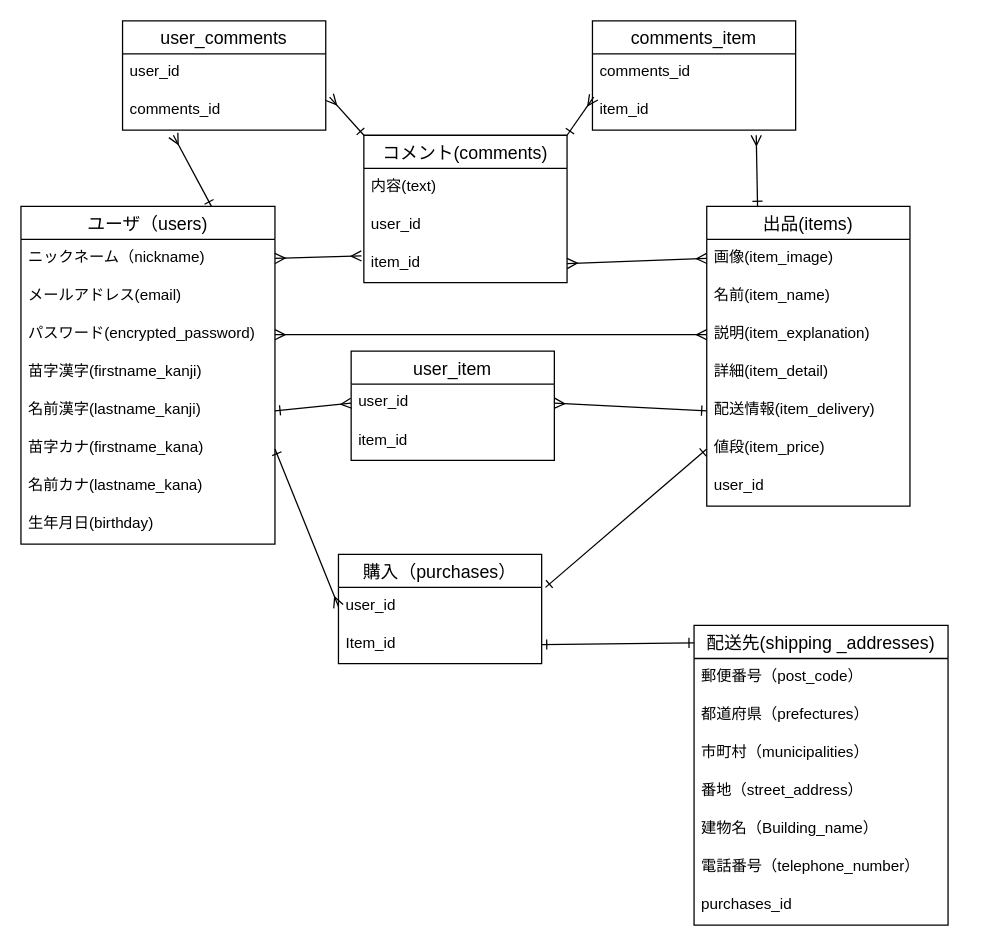
Above: ER.dio in masaki-yosida/furima-40042 (draw.io), before the change. Source tidied: cells renumbered, new cells numbered last; positions are measured from the earlier drawing's top-left corner, leaving out a move shared by most shapes. Both pictures are drawn from the tidied source at 127%, with x=0, y=0 at pixel (20, 20).
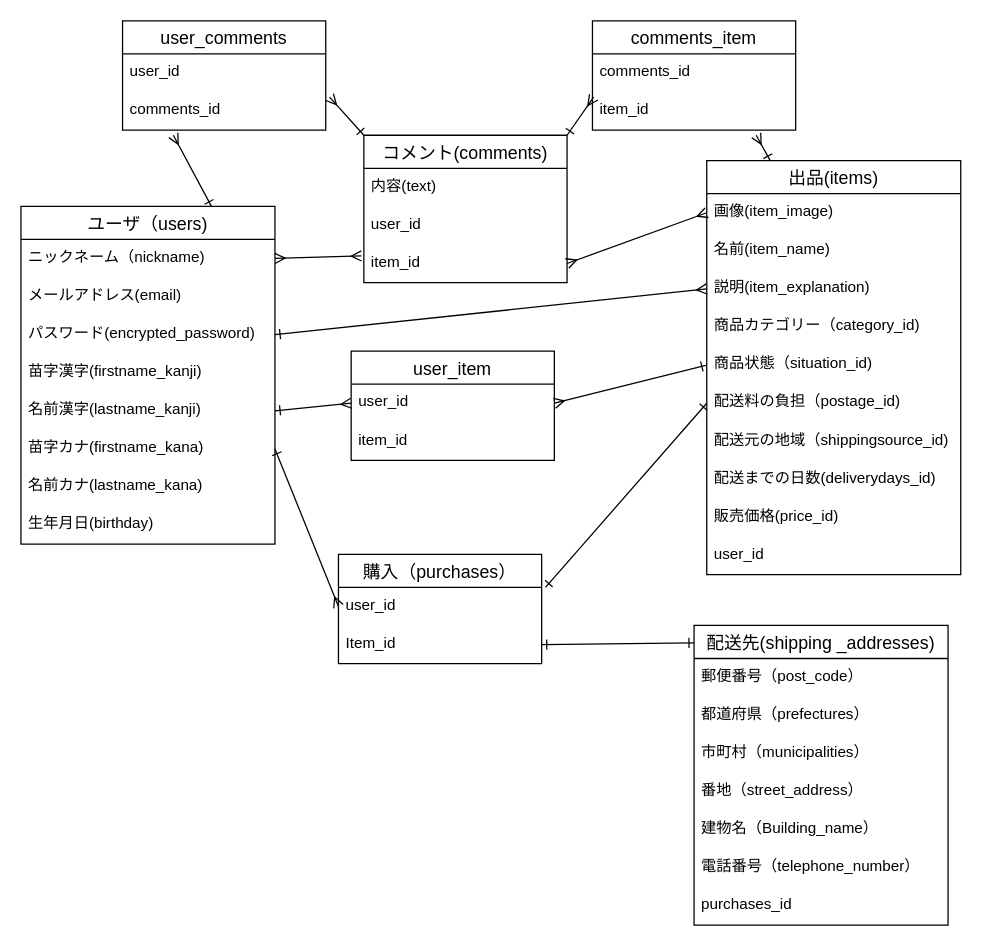
Above is the later version.

Unchanged cells that the change refers to:
```xml
<mxCell id="6" value="パスワード(encrypted_password)" style="text;strokeColor=none;fillColor=none;spacingLeft=4;spacingRight=4;overflow=hidden;points=[[0,0.5],[1,0.5]];portConstraint=eastwest;fontSize=12;" parent="3" vertex="1">
  <mxGeometry y="86" width="200" height="30" as="geometry" />
</mxCell>
```

The edit, as a diff of the source:
```diff
@@
     <mxCell id="19" value="出品(items)" style="swimlane;fontStyle=0;horizontal=1;startSize=26;align=center;fontSize=14;" parent="1" vertex="1">
-      <mxGeometry x="540" y="146" width="160" height="236" as="geometry" />
+      <mxGeometry x="540" y="110" width="200" height="326" as="geometry" />
     </mxCell>
     <mxCell id="20" value="画像(item_image)&#10;" style="text;strokeColor=none;fillColor=none;spacingLeft=4;spacingRight=4;overflow=hidden;points=[[0,0.5],[1,0.5]];portConstraint=eastwest;fontSize=12;" parent="19" vertex="1">
-      <mxGeometry y="26" width="160" height="30" as="geometry" />
+      <mxGeometry y="26" width="200" height="30" as="geometry" />
     </mxCell>
     <mxCell id="21" value="名前(item_name)&#10;" style="text;strokeColor=none;fillColor=none;spacingLeft=4;spacingRight=4;overflow=hidden;fontSize=12;" parent="19" vertex="1">
-      <mxGeometry y="56" width="160" height="30" as="geometry" />
+      <mxGeometry y="56" width="200" height="30" as="geometry" />
     </mxCell>
     <mxCell id="22" value="説明(item_explanation)" style="text;strokeColor=none;fillColor=none;spacingLeft=4;spacingRight=4;overflow=hidden;points=[[0,0.5],[1,0.5]];portConstraint=eastwest;fontSize=12;" parent="19" vertex="1">
-      <mxGeometry y="86" width="160" height="30" as="geometry" />
+      <mxGeometry y="86" width="200" height="30" as="geometry" />
     </mxCell>
-    <mxCell id="23" value="詳細(item_detail)" style="text;strokeColor=none;fillColor=none;spacingLeft=4;spacingRight=4;overflow=hidden;fontSize=12;" parent="19" vertex="1">
-      <mxGeometry y="116" width="160" height="30" as="geometry" />
+    <mxCell id="23" value="商品カテゴリー（category_id)" style="text;strokeColor=none;fillColor=none;spacingLeft=4;spacingRight=4;overflow=hidden;fontSize=12;" parent="19" vertex="1">
+      <mxGeometry y="116" width="200" height="30" as="geometry" />
     </mxCell>
-    <mxCell id="24" value="配送情報(item_delivery)" style="text;strokeColor=none;fillColor=none;spacingLeft=4;spacingRight=4;overflow=hidden;points=[[0,0.5],[1,0.5]];portConstraint=eastwest;fontSize=12;" parent="19" vertex="1">
-      <mxGeometry y="146" width="160" height="30" as="geometry" />
+    <mxCell id="24" value="商品状態（situation_id)&#10;" style="text;strokeColor=none;fillColor=none;spacingLeft=4;spacingRight=4;overflow=hidden;points=[[0,0.5],[1,0.5]];portConstraint=eastwest;fontSize=12;" parent="19" vertex="1">
+      <mxGeometry y="146" width="200" height="30" as="geometry" />
     </mxCell>
-    <mxCell id="25" value="値段(item_price)&#10;" style="text;strokeColor=none;fillColor=none;spacingLeft=4;spacingRight=4;overflow=hidden;points=[[0,0.5],[1,0.5]];portConstraint=eastwest;fontSize=12;" parent="19" vertex="1">
-      <mxGeometry y="176" width="160" height="30" as="geometry" />
+    <mxCell id="25" value="配送料の負担（postage_id)&#10;" style="text;strokeColor=none;fillColor=none;spacingLeft=4;spacingRight=4;overflow=hidden;points=[[0,0.5],[1,0.5]];portConstraint=eastwest;fontSize=12;" parent="19" vertex="1">
+      <mxGeometry y="176" width="200" height="30" as="geometry" />
     </mxCell>
-    <mxCell id="26" value="user_id&#10;" style="text;strokeColor=none;fillColor=none;spacingLeft=4;spacingRight=4;overflow=hidden;fontSize=12;" parent="19" vertex="1">
-      <mxGeometry y="206" width="160" height="30" as="geometry" />
+    <mxCell id="26" value="配送元の地域（shippingsource_id)&#10;" style="text;strokeColor=none;fillColor=none;spacingLeft=4;spacingRight=4;overflow=hidden;fontSize=12;" parent="19" vertex="1">
+      <mxGeometry y="206" width="200" height="30" as="geometry" />
     </mxCell>
+    <mxCell id="55" value="配送までの日数(deliverydays_id)" style="text;strokeColor=none;fillColor=none;spacingLeft=4;spacingRight=4;overflow=hidden;fontSize=12;" parent="19" vertex="1">
+      <mxGeometry y="236" width="200" height="30" as="geometry" />
+    </mxCell>
+    <mxCell id="56" value="販売価格(price_id)" style="text;strokeColor=none;fillColor=none;spacingLeft=4;spacingRight=4;overflow=hidden;fontSize=12;" parent="19" vertex="1">
+      <mxGeometry y="266" width="200" height="30" as="geometry" />
+    </mxCell>
+    <mxCell id="57" value="user_id" style="text;strokeColor=none;fillColor=none;spacingLeft=4;spacingRight=4;overflow=hidden;fontSize=12;" parent="19" vertex="1">
+      <mxGeometry y="296" width="200" height="30" as="geometry" />
+    </mxCell>
@@
-    <mxCell id="38" style="edgeStyle=none;html=1;exitX=1;exitY=0.5;exitDx=0;exitDy=0;entryX=0;entryY=0.5;entryDx=0;entryDy=0;endArrow=ERmany;endFill=0;startArrow=ERmany;startFill=0;" parent="1" edge="1" source="6" target="22">
+    <mxCell id="38" style="edgeStyle=none;html=1;exitX=1;exitY=0.5;exitDx=0;exitDy=0;entryX=0;entryY=0.5;entryDx=0;entryDy=0;endArrow=ERmany;endFill=0;startArrow=ERone;startFill=0;" parent="1" edge="1" source="6" target="22">
       <mxGeometry relative="1" as="geometry" />
     </mxCell>
```
